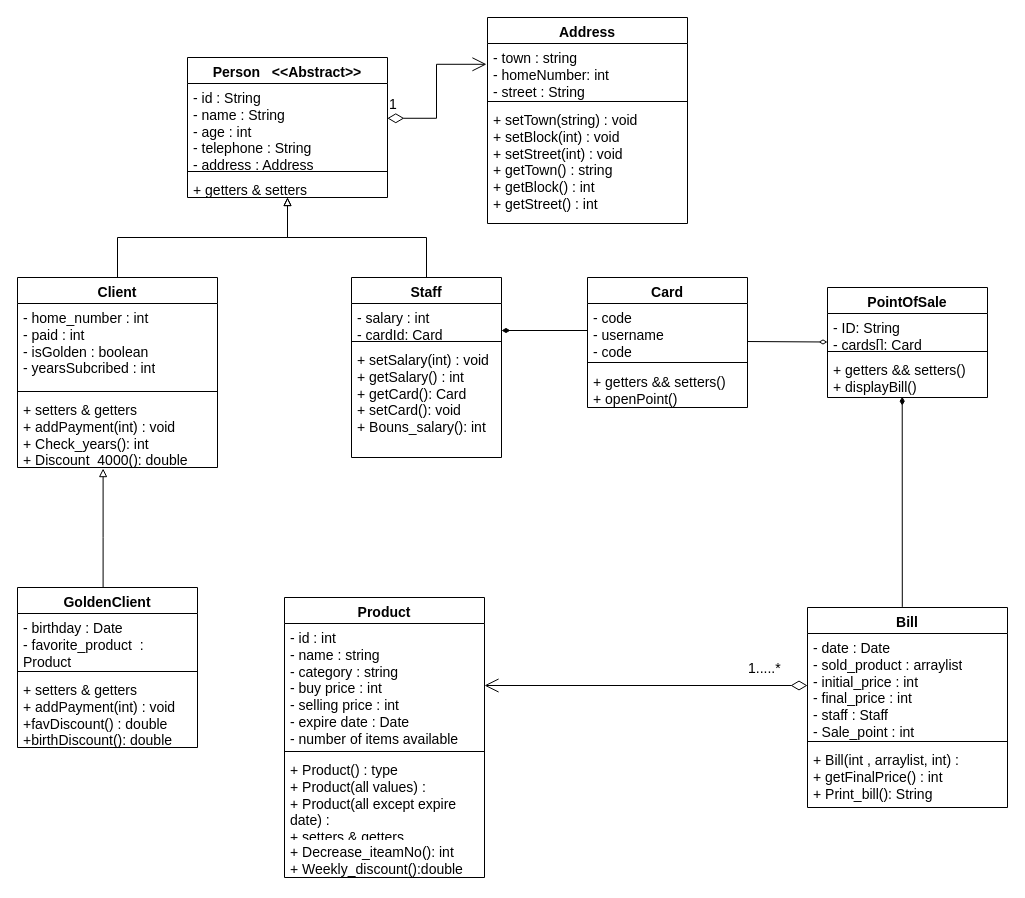
Earlier version of the draw.io diagram UML/supermarket-uml.drawio (DiaaAhmedHassan/SuperMarketSystem). Source tidied: cells renumbered, new cells numbered last; positions are measured from the earlier drawing's top-left corner, leaving out a move shared by most shapes. Both pictures are drawn from the tidied source at 100%, with x=0, y=0 at pixel (17, 17).
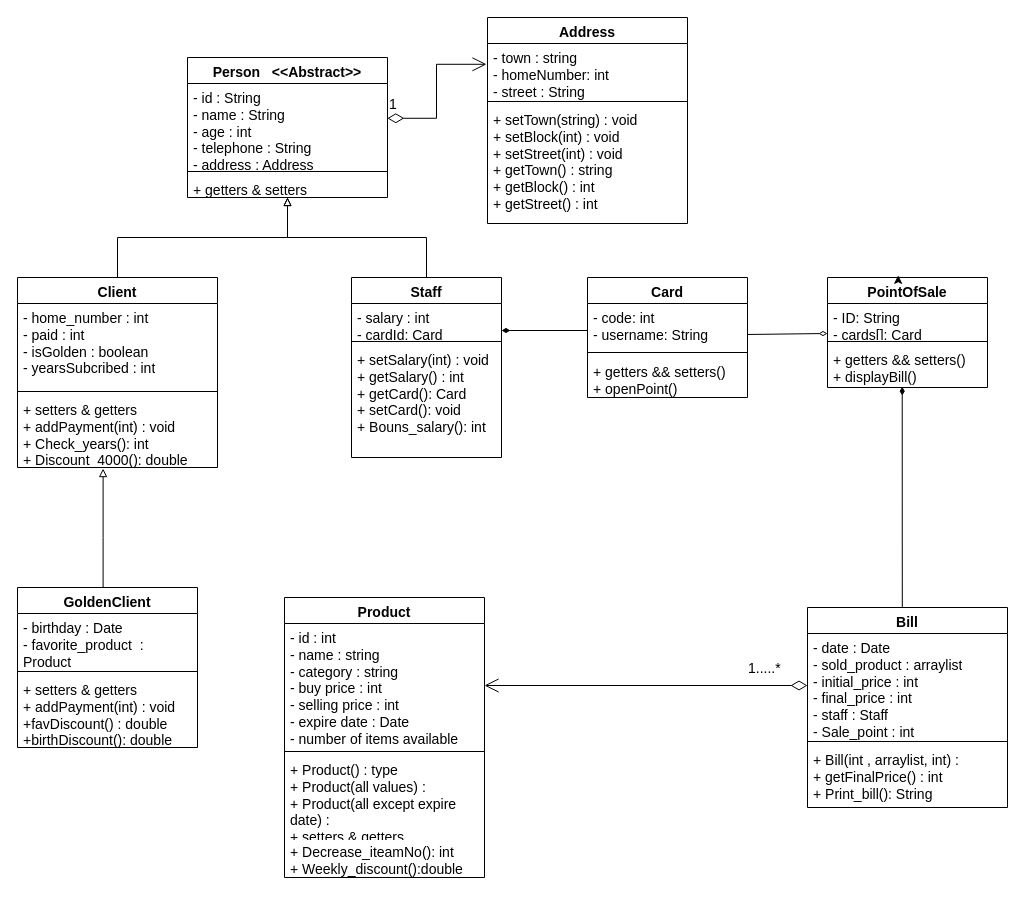
After the change.

What changed in the source:
```diff
@@
     <mxCell id="34" value="PointOfSale" style="swimlane;fontStyle=1;align=center;verticalAlign=top;horizontal=1;startSize=26;whiteSpace=wrap;html=1;labelBackgroundColor=none;fontSize=14;" parent="1" vertex="1">
-      <mxGeometry x="810" y="270" width="160" height="110" as="geometry" />
+      <mxGeometry x="810" y="260" width="160" height="110" as="geometry" />
     </mxCell>
@@
     <mxCell id="41" value="Card" style="swimlane;fontStyle=1;align=center;verticalAlign=top;horizontal=1;startSize=26;whiteSpace=wrap;html=1;labelBackgroundColor=none;fontSize=14;" parent="1" vertex="1">
-      <mxGeometry x="570" y="260" width="160" height="130" as="geometry" />
+      <mxGeometry x="570" y="260" width="160" height="120" as="geometry" />
     </mxCell>
-    <mxCell id="42" value="- code&lt;br style=&quot;font-size: 14px;&quot;&gt;- username&lt;br style=&quot;font-size: 14px;&quot;&gt;- code" style="text;strokeColor=none;fillColor=none;align=left;verticalAlign=top;spacingLeft=4;spacingRight=4;overflow=hidden;points=[[0,0.5],[1,0.5]];portConstraint=eastwest;whiteSpace=wrap;html=1;labelBackgroundColor=none;horizontal=1;fontSize=14;" parent="41" vertex="1">
-      <mxGeometry y="26" width="160" height="54" as="geometry" />
+    <mxCell id="42" value="- code: int&lt;br style=&quot;font-size: 14px;&quot;&gt;- username: String" style="text;strokeColor=none;fillColor=none;align=left;verticalAlign=top;spacingLeft=4;spacingRight=4;overflow=hidden;points=[[0,0.5],[1,0.5]];portConstraint=eastwest;whiteSpace=wrap;html=1;labelBackgroundColor=none;horizontal=1;fontSize=14;" parent="41" vertex="1">
+      <mxGeometry y="26" width="160" height="44" as="geometry" />
     </mxCell>
     <mxCell id="43" style="line;strokeWidth=1;fillColor=none;align=left;verticalAlign=middle;spacingTop=-1;spacingLeft=3;spacingRight=3;labelPosition=right;strokeColor=inherit;labelBackgroundColor=none;horizontal=1;fontSize=14;" parent="41" vertex="1">
-      <mxGeometry y="80" width="160" height="10" as="geometry" />
+      <mxGeometry y="70" width="160" height="10" as="geometry" />
     </mxCell>
     <mxCell id="44" value="+ getters &amp;amp;&amp;amp; setters()&lt;br style=&quot;font-size: 14px;&quot;&gt;+ openPoint()" style="text;strokeColor=none;fillColor=none;align=left;verticalAlign=top;spacingLeft=4;spacingRight=4;overflow=hidden;whiteSpace=wrap;html=1;labelBackgroundColor=none;horizontal=1;fontSize=14;" parent="41" vertex="1">
-      <mxGeometry y="90" width="160" height="40" as="geometry" />
+      <mxGeometry y="80" width="160" height="40" as="geometry" />
     </mxCell>
@@
+    <mxCell id="47" style="edgeStyle=orthogonalEdgeStyle;rounded=0;orthogonalLoop=1;jettySize=auto;html=1;exitX=0.5;exitY=0;exitDx=0;exitDy=0;entryX=0.442;entryY=-0.02;entryDx=0;entryDy=0;entryPerimeter=0;" parent="1" edge="1" source="34" target="34">
+      <mxGeometry relative="1" as="geometry" />
+    </mxCell>
```
